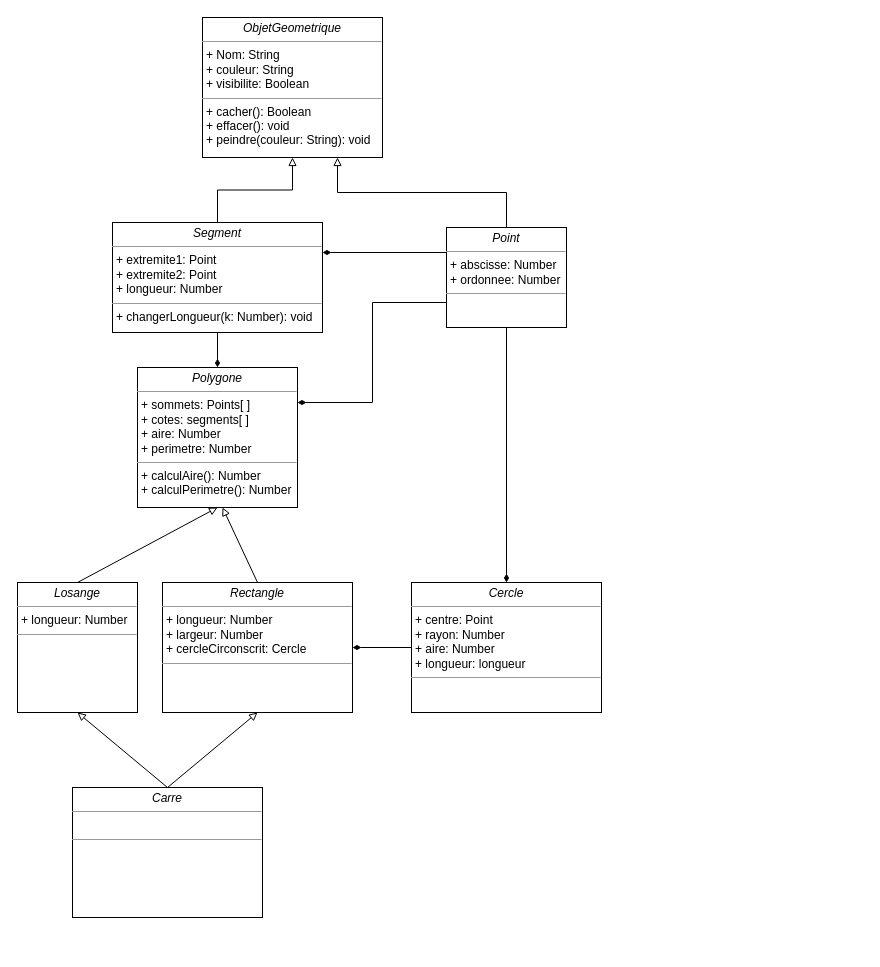
The draw.io diagram jsdoc/static/img/tutoBaseJS/schémaClassPolygone.drawio in mathalea/mathalea, before the edit. Source tidied: cells renumbered, new cells numbered last; positions are measured from the earlier drawing's top-left corner, leaving out a move shared by most shapes. Both pictures are drawn from the tidied source at 100%, with x=0, y=0 at pixel (17, 17).
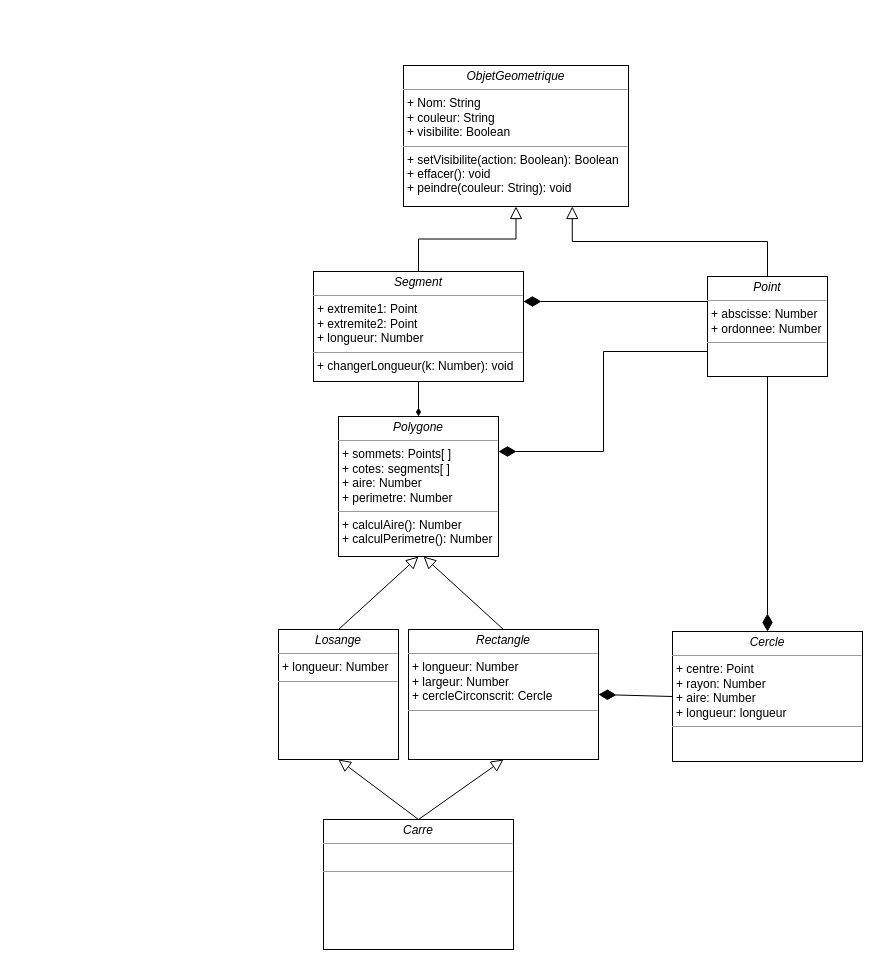
Above is the later version.

Commit message (it also covers changes not shown here):
docs: modification schéma UML

What changed in the source:
```diff
@@
     <mxCell id="2" value="&lt;p style=&quot;margin: 0px ; margin-top: 4px ; text-align: center&quot;&gt;&lt;i&gt;Polygone&lt;/i&gt;&lt;/p&gt;&lt;hr size=&quot;1&quot;&gt;&lt;p style=&quot;margin: 0px ; margin-left: 4px&quot;&gt;&lt;span&gt;+ sommets: Points[ ]&lt;/span&gt;&lt;br&gt;&lt;/p&gt;&lt;p style=&quot;margin: 0px ; margin-left: 4px&quot;&gt;&lt;span&gt;+ cotes: segments[ ]&lt;/span&gt;&lt;/p&gt;&lt;p style=&quot;margin: 0px ; margin-left: 4px&quot;&gt;+ aire: Number&lt;/p&gt;&lt;p style=&quot;margin: 0px ; margin-left: 4px&quot;&gt;+ perimetre: Number&lt;/p&gt;&lt;hr size=&quot;1&quot;&gt;&lt;p style=&quot;margin: 0px ; margin-left: 4px&quot;&gt;+ calculAire(): Number&lt;br&gt;&lt;/p&gt;&lt;p style=&quot;margin: 0px ; margin-left: 4px&quot;&gt;+ calculPerimetre(): Number&lt;/p&gt;" style="verticalAlign=top;align=left;overflow=fill;fontSize=12;fontFamily=Helvetica;html=1;" parent="1" vertex="1">
-      <mxGeometry x="120" y="350" width="160" height="140" as="geometry" />
+      <mxGeometry x="321" y="399" width="160" height="140" as="geometry" />
     </mxCell>
-    <mxCell id="3" style="edgeStyle=orthogonalEdgeStyle;html=1;exitX=0.5;exitY=0;exitDx=0;exitDy=0;entryX=0.5;entryY=1;entryDx=0;entryDy=0;endArrow=block;endFill=0;rounded=0;" parent="1" edge="1" source="5" target="16">
+    <mxCell id="3" style="edgeStyle=orthogonalEdgeStyle;html=1;exitX=0.5;exitY=0;exitDx=0;exitDy=0;entryX=0.5;entryY=1;entryDx=0;entryDy=0;endArrow=block;endFill=0;rounded=0;endSize=10;" parent="1" edge="1" source="5" target="16">
       <mxGeometry relative="1" as="geometry" />
     </mxCell>
@@
     <mxCell id="5" value="&lt;p style=&quot;margin: 0px ; margin-top: 4px ; text-align: center&quot;&gt;&lt;i&gt;Segment&lt;/i&gt;&lt;/p&gt;&lt;hr size=&quot;1&quot;&gt;&lt;p style=&quot;margin: 0px ; margin-left: 4px&quot;&gt;+ extremite1: Point&lt;/p&gt;&lt;p style=&quot;margin: 0px ; margin-left: 4px&quot;&gt;+ extremite2: Point&lt;/p&gt;&lt;p style=&quot;margin: 0px ; margin-left: 4px&quot;&gt;+ longueur: Number&lt;/p&gt;&lt;hr size=&quot;1&quot;&gt;&lt;p style=&quot;margin: 0px ; margin-left: 4px&quot;&gt;+ changerLongueur(k: Number): void&lt;/p&gt;&lt;p style=&quot;margin: 0px ; margin-left: 4px&quot;&gt;&lt;br&gt;&lt;/p&gt;" style="verticalAlign=top;align=left;overflow=fill;fontSize=12;fontFamily=Helvetica;html=1;" parent="1" vertex="1">
-      <mxGeometry x="95" y="205" width="210" height="110" as="geometry" />
+      <mxGeometry x="296" y="254" width="210" height="110" as="geometry" />
     </mxCell>
-    <mxCell id="6" style="edgeStyle=none;rounded=0;html=1;exitX=0.5;exitY=0;exitDx=0;exitDy=0;entryX=0.5;entryY=1;entryDx=0;entryDy=0;endArrow=block;endFill=0;" parent="1" edge="1" source="7" target="2">
+    <mxCell id="6" style="edgeStyle=none;rounded=0;html=1;exitX=0.5;exitY=0;exitDx=0;exitDy=0;entryX=0.5;entryY=1;entryDx=0;entryDy=0;endArrow=block;endFill=0;endSize=10;" parent="1" edge="1" source="7" target="2">
       <mxGeometry relative="1" as="geometry" />
     </mxCell>
     <mxCell id="7" value="&lt;p style=&quot;margin: 0px ; margin-top: 4px ; text-align: center&quot;&gt;&lt;i&gt;Losange&lt;/i&gt;&lt;/p&gt;&lt;hr size=&quot;1&quot;&gt;&lt;p style=&quot;margin: 0px ; margin-left: 4px&quot;&gt;+ longueur: Number&lt;/p&gt;&lt;hr size=&quot;1&quot;&gt;&lt;p style=&quot;margin: 0px ; margin-left: 4px&quot;&gt;&lt;br&gt;&lt;/p&gt;" style="verticalAlign=top;align=left;overflow=fill;fontSize=12;fontFamily=Helvetica;html=1;" parent="1" vertex="1">
-      <mxGeometry y="565" width="120" height="130" as="geometry" />
+      <mxGeometry x="261" y="612" width="120" height="130" as="geometry" />
     </mxCell>
-    <mxCell id="8" style="edgeStyle=orthogonalEdgeStyle;html=1;exitX=0.5;exitY=0;exitDx=0;exitDy=0;entryX=0.75;entryY=1;entryDx=0;entryDy=0;endArrow=block;endFill=0;rounded=0;" parent="1" edge="1" source="12" target="16">
+    <mxCell id="8" style="edgeStyle=orthogonalEdgeStyle;html=1;exitX=0.5;exitY=0;exitDx=0;exitDy=0;entryX=0.75;entryY=1;entryDx=0;entryDy=0;endArrow=block;endFill=0;rounded=0;endSize=10;" parent="1" edge="1" source="12" target="16">
       <mxGeometry relative="1" as="geometry" />
     </mxCell>
-    <mxCell id="9" style="edgeStyle=none;rounded=0;html=1;exitX=0;exitY=0.25;exitDx=0;exitDy=0;endArrow=diamondThin;endFill=1;" parent="1" edge="1" source="12">
+    <mxCell id="9" style="edgeStyle=none;rounded=0;html=1;exitX=0;exitY=0.25;exitDx=0;exitDy=0;endArrow=diamondThin;endFill=1;endSize=15;" parent="1" edge="1" source="12">
       <mxGeometry relative="1" as="geometry">
-        <mxPoint x="305" y="235" as="targetPoint" />
+        <mxPoint x="506" y="284" as="targetPoint" />
       </mxGeometry>
     </mxCell>
-    <mxCell id="10" style="edgeStyle=none;rounded=0;html=1;exitX=0.5;exitY=1;exitDx=0;exitDy=0;entryX=0.5;entryY=0;entryDx=0;entryDy=0;endArrow=diamondThin;endFill=1;" parent="1" edge="1" source="12" target="18">
+    <mxCell id="10" style="edgeStyle=none;rounded=0;html=1;exitX=0.5;exitY=1;exitDx=0;exitDy=0;entryX=0.5;entryY=0;entryDx=0;entryDy=0;endArrow=diamondThin;endFill=1;endSize=15;" parent="1" edge="1" source="12" target="18">
       <mxGeometry relative="1" as="geometry" />
     </mxCell>
-    <mxCell id="11" style="edgeStyle=elbowEdgeStyle;rounded=0;html=1;exitX=0;exitY=0.75;exitDx=0;exitDy=0;entryX=1;entryY=0.25;entryDx=0;entryDy=0;endArrow=diamondThin;endFill=1;" parent="1" edge="1" source="12" target="2">
+    <mxCell id="11" style="edgeStyle=elbowEdgeStyle;rounded=0;html=1;exitX=0;exitY=0.75;exitDx=0;exitDy=0;entryX=1;entryY=0.25;entryDx=0;entryDy=0;endArrow=diamondThin;endFill=1;endSize=15;" parent="1" edge="1" source="12" target="2">
       <mxGeometry relative="1" as="geometry" />
     </mxCell>
     <mxCell id="12" value="&lt;p style=&quot;margin: 0px ; margin-top: 4px ; text-align: center&quot;&gt;&lt;i&gt;Point&lt;/i&gt;&lt;/p&gt;&lt;hr size=&quot;1&quot;&gt;&lt;p style=&quot;margin: 0px ; margin-left: 4px&quot;&gt;+ abscisse: Number&lt;/p&gt;&lt;p style=&quot;margin: 0px ; margin-left: 4px&quot;&gt;+ ordonnee: Number&lt;/p&gt;&lt;hr size=&quot;1&quot;&gt;&lt;p style=&quot;margin: 0px ; margin-left: 4px&quot;&gt;&lt;br&gt;&lt;/p&gt;" style="verticalAlign=top;align=left;overflow=fill;fontSize=12;fontFamily=Helvetica;html=1;" parent="1" vertex="1">
-      <mxGeometry x="429" y="210" width="120" height="100" as="geometry" />
+      <mxGeometry x="690" y="259" width="120" height="100" as="geometry" />
     </mxCell>
-    <mxCell id="13" style="edgeStyle=none;rounded=0;html=1;entryX=0.5;entryY=1;entryDx=0;entryDy=0;endArrow=block;endFill=0;exitX=0.5;exitY=0;exitDx=0;exitDy=0;" parent="1" edge="1" source="15" target="7">
+    <mxCell id="13" style="edgeStyle=none;rounded=0;html=1;entryX=0.5;entryY=1;entryDx=0;entryDy=0;endArrow=block;endFill=0;exitX=0.5;exitY=0;exitDx=0;exitDy=0;endSize=10;" parent="1" edge="1" source="15" target="7">
       <mxGeometry relative="1" as="geometry" />
     </mxCell>
-    <mxCell id="14" style="edgeStyle=none;rounded=0;html=1;entryX=0.5;entryY=1;entryDx=0;entryDy=0;endArrow=block;endFill=0;exitX=0.5;exitY=0;exitDx=0;exitDy=0;" parent="1" edge="1" source="15" target="20">
+    <mxCell id="14" style="edgeStyle=none;rounded=0;html=1;entryX=0.5;entryY=1;entryDx=0;entryDy=0;endArrow=block;endFill=0;exitX=0.5;exitY=0;exitDx=0;exitDy=0;endSize=10;" parent="1" edge="1" source="15" target="20">
       <mxGeometry relative="1" as="geometry" />
     </mxCell>
     <mxCell id="15" value="&lt;p style=&quot;margin: 0px ; margin-top: 4px ; text-align: center&quot;&gt;&lt;i&gt;Carre&lt;/i&gt;&lt;/p&gt;&lt;hr size=&quot;1&quot;&gt;&lt;p style=&quot;margin: 0px ; margin-left: 4px&quot;&gt;&lt;br&gt;&lt;/p&gt;&lt;hr size=&quot;1&quot;&gt;&lt;p style=&quot;margin: 0px ; margin-left: 4px&quot;&gt;&lt;br&gt;&lt;/p&gt;" style="verticalAlign=top;align=left;overflow=fill;fontSize=12;fontFamily=Helvetica;html=1;" parent="1" vertex="1">
-      <mxGeometry x="55" y="770" width="190" height="130" as="geometry" />
+      <mxGeometry x="306" y="802" width="190" height="130" as="geometry" />
     </mxCell>
-    <mxCell id="16" value="&lt;p style=&quot;margin: 0px ; margin-top: 4px ; text-align: center&quot;&gt;&lt;i&gt;ObjetGeometrique&lt;/i&gt;&lt;/p&gt;&lt;hr size=&quot;1&quot;&gt;&lt;p style=&quot;margin: 0px ; margin-left: 4px&quot;&gt;&lt;span&gt;+ Nom: String&lt;/span&gt;&lt;br&gt;&lt;/p&gt;&lt;p style=&quot;margin: 0px ; margin-left: 4px&quot;&gt;+ couleur: String&lt;/p&gt;&lt;p style=&quot;margin: 0px ; margin-left: 4px&quot;&gt;+ visibilite: Boolean&lt;/p&gt;&lt;hr size=&quot;1&quot;&gt;&lt;p style=&quot;margin: 0px ; margin-left: 4px&quot;&gt;&lt;span&gt;+ cacher(): Boolean&lt;/span&gt;&lt;br&gt;&lt;/p&gt;&lt;p style=&quot;margin: 0px 0px 0px 4px&quot;&gt;+ effacer(): void&lt;/p&gt;&lt;p style=&quot;margin: 0px 0px 0px 4px&quot;&gt;+ peindre(couleur: String): void&lt;br&gt;&lt;/p&gt;" style="verticalAlign=top;align=left;overflow=fill;fontSize=12;fontFamily=Helvetica;html=1;" parent="1" vertex="1">
-      <mxGeometry x="185" width="180" height="140" as="geometry" />
+    <mxCell id="16" value="&lt;p style=&quot;margin: 0px ; margin-top: 4px ; text-align: center&quot;&gt;&lt;i&gt;ObjetGeometrique&lt;/i&gt;&lt;/p&gt;&lt;hr size=&quot;1&quot;&gt;&lt;p style=&quot;margin: 0px ; margin-left: 4px&quot;&gt;&lt;span&gt;+ Nom: String&lt;/span&gt;&lt;br&gt;&lt;/p&gt;&lt;p style=&quot;margin: 0px ; margin-left: 4px&quot;&gt;+ couleur: String&lt;/p&gt;&lt;p style=&quot;margin: 0px ; margin-left: 4px&quot;&gt;+ visibilite: Boolean&lt;/p&gt;&lt;hr size=&quot;1&quot;&gt;&lt;p style=&quot;margin: 0px ; margin-left: 4px&quot;&gt;&lt;span&gt;+ setVisibilite(action: Boolean): Boolean&lt;/span&gt;&lt;/p&gt;&lt;p style=&quot;margin: 0px 0px 0px 4px&quot;&gt;+ effacer(): void&lt;/p&gt;&lt;p style=&quot;margin: 0px 0px 0px 4px&quot;&gt;+ peindre(couleur: String): void&lt;br&gt;&lt;/p&gt;" style="verticalAlign=top;align=left;overflow=fill;fontSize=12;fontFamily=Helvetica;html=1;" parent="1" vertex="1">
+      <mxGeometry x="386" y="48" width="225" height="141" as="geometry" />
     </mxCell>
-    <mxCell id="17" style="edgeStyle=none;rounded=0;html=1;exitX=0;exitY=0.5;exitDx=0;exitDy=0;entryX=1;entryY=0.5;entryDx=0;entryDy=0;endArrow=diamondThin;endFill=1;" parent="1" edge="1" source="18" target="20">
+    <mxCell id="17" style="edgeStyle=none;rounded=0;html=1;exitX=0;exitY=0.5;exitDx=0;exitDy=0;entryX=1;entryY=0.5;entryDx=0;entryDy=0;endArrow=diamondThin;endFill=1;endSize=15;" parent="1" edge="1" source="18" target="20">
       <mxGeometry relative="1" as="geometry" />
     </mxCell>
     <mxCell id="18" value="&lt;p style=&quot;margin: 0px ; margin-top: 4px ; text-align: center&quot;&gt;&lt;i&gt;Cercle&lt;/i&gt;&lt;/p&gt;&lt;hr size=&quot;1&quot;&gt;&lt;p style=&quot;margin: 0px ; margin-left: 4px&quot;&gt;+ centre: Point&lt;/p&gt;&lt;p style=&quot;margin: 0px ; margin-left: 4px&quot;&gt;+ rayon: Number&lt;/p&gt;&lt;p style=&quot;margin: 0px ; margin-left: 4px&quot;&gt;+ aire: Number&lt;/p&gt;&lt;p style=&quot;margin: 0px ; margin-left: 4px&quot;&gt;+ longueur: longueur&lt;/p&gt;&lt;hr size=&quot;1&quot;&gt;&lt;p style=&quot;margin: 0px ; margin-left: 4px&quot;&gt;&lt;br&gt;&lt;/p&gt;" style="verticalAlign=top;align=left;overflow=fill;fontSize=12;fontFamily=Helvetica;html=1;" parent="1" vertex="1">
-      <mxGeometry x="394" y="565" width="190" height="130" as="geometry" />
+      <mxGeometry x="655" y="614" width="190" height="130" as="geometry" />
     </mxCell>
-    <mxCell id="19" style="edgeStyle=none;rounded=0;html=1;exitX=0.5;exitY=0;exitDx=0;exitDy=0;endArrow=block;endFill=0;" parent="1" edge="1" source="20">
+    <mxCell id="19" style="edgeStyle=none;rounded=0;html=1;exitX=0.5;exitY=0;exitDx=0;exitDy=0;endArrow=block;endFill=0;endSize=10;" parent="1" edge="1" source="20">
       <mxGeometry relative="1" as="geometry">
-        <mxPoint x="205" y="490" as="targetPoint" />
+        <mxPoint x="406" y="539" as="targetPoint" />
       </mxGeometry>
     </mxCell>
     <mxCell id="20" value="&lt;p style=&quot;margin: 0px ; margin-top: 4px ; text-align: center&quot;&gt;&lt;i&gt;Rectangle&lt;/i&gt;&lt;br&gt;&lt;/p&gt;&lt;hr size=&quot;1&quot;&gt;&lt;p style=&quot;margin: 0px 0px 0px 4px&quot;&gt;+ longueur: Number&lt;br&gt;&lt;/p&gt;&lt;p style=&quot;margin: 0px 0px 0px 4px&quot;&gt;+ largeur: Number&lt;/p&gt;&lt;p style=&quot;margin: 0px 0px 0px 4px&quot;&gt;+ cercleCirconscrit: Cercle&lt;/p&gt;&lt;hr size=&quot;1&quot;&gt;&lt;p style=&quot;margin: 0px ; margin-left: 4px&quot;&gt;&lt;br&gt;&lt;/p&gt;" style="verticalAlign=top;align=left;overflow=fill;fontSize=12;fontFamily=Helvetica;html=1;" parent="1" vertex="1">
-      <mxGeometry x="145" y="565" width="190" height="130" as="geometry" />
+      <mxGeometry x="391" y="612" width="190" height="130" as="geometry" />
     </mxCell>
```
